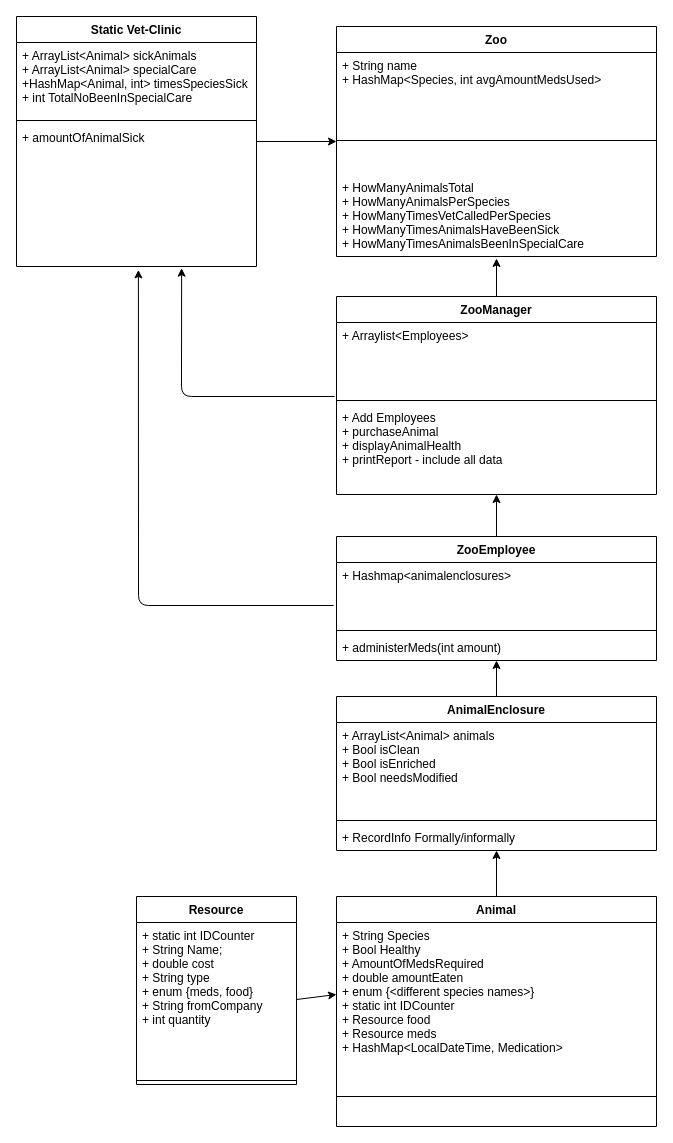
The draw.io diagram planning/ZooPlan.drawio in SkavenNoises/Java_UseCase_Team_Purple, before the edit. Source tidied: cells renumbered, new cells numbered last; positions are measured from the earlier drawing's top-left corner, leaving out a move shared by most shapes. Both pictures are drawn from the tidied source at 100%, with x=0, y=0 at pixel (16, 16).
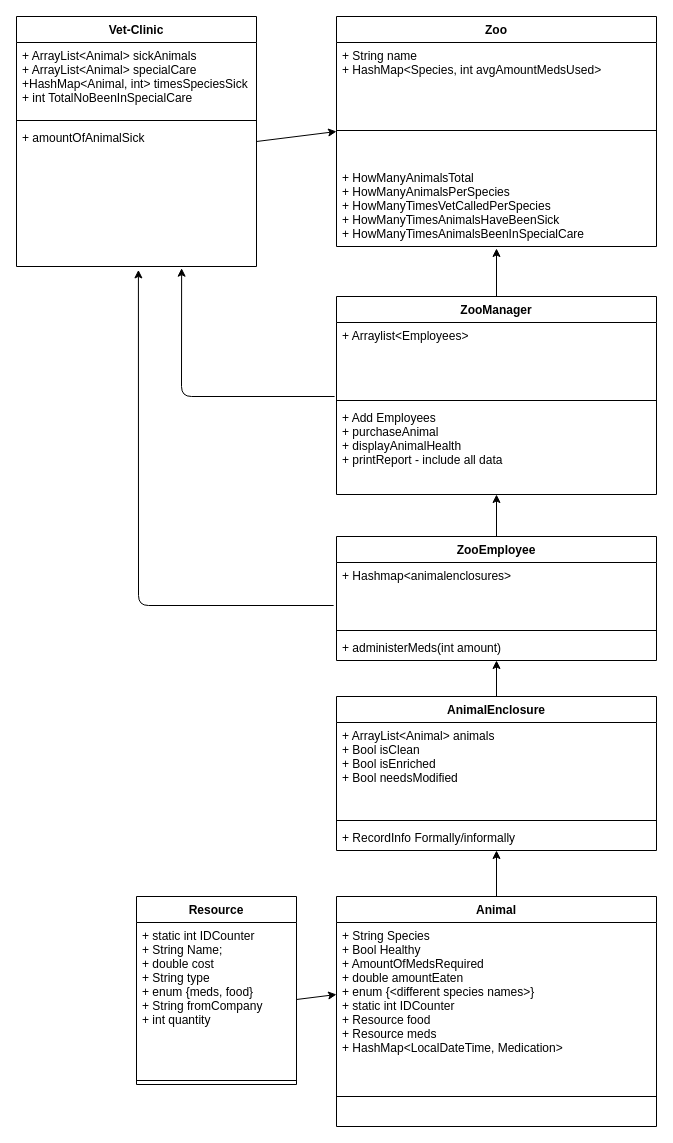
After the change.

Commit message (it also covers changes not shown here):
Updated UML Plan

Change to the diagram source:
```diff
@@
     <mxCell id="2" value="Zoo&#10;" style="swimlane;fontStyle=1;align=center;verticalAlign=top;horizontal=1;startSize=26;" parent="1" vertex="1">
-      <mxGeometry x="320" y="10" width="320" height="230" as="geometry" />
+      <mxGeometry x="320" width="320" height="230" as="geometry" />
     </mxCell>
@@
-    <mxCell id="21" value="Static Vet-Clinic&#10;" style="swimlane;fontStyle=1;align=center;verticalAlign=top;horizontal=1;startSize=26;" parent="1" vertex="1">
+    <mxCell id="21" value="Vet-Clinic&#10;" style="swimlane;fontStyle=1;align=center;verticalAlign=top;horizontal=1;startSize=26;" parent="1" vertex="1">
       <mxGeometry width="240" height="250" as="geometry" />
     </mxCell>
```
